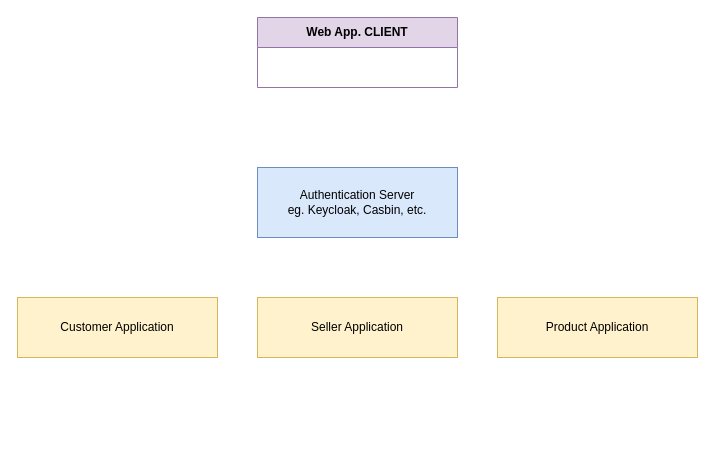
Above: MarketplaceApplication.drawio in AlibekAltynbek/draw.io (draw.io), before the change. Source tidied: cells renumbered, new cells numbered last; positions are measured from the earlier drawing's top-left corner, leaving out a move shared by most shapes. Both pictures are drawn from the tidied source at 100%, with x=0, y=0 at pixel (17, 17).
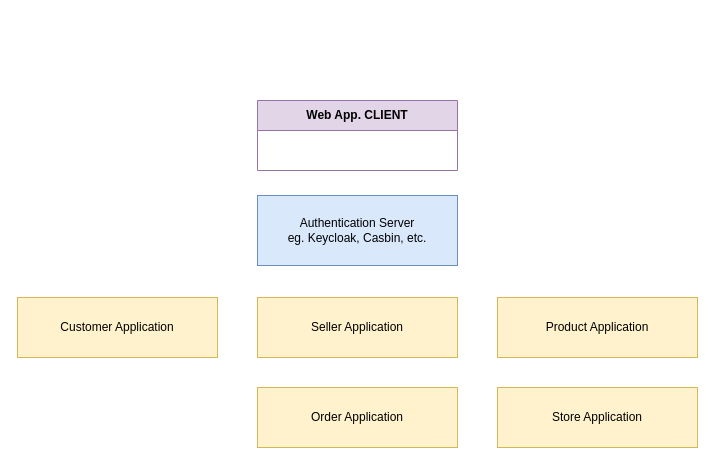
After the change.

The edit, as a diff of the source:
```diff
@@
 <mxGraphModel>
   <root>
     <mxCell id="0" />
     <mxCell id="1" parent="0" />
     <mxCell id="2" value="Web App. CLIENT" style="swimlane;whiteSpace=wrap;html=1;startSize=30;fillColor=#e1d5e7;strokeColor=#9673a6;" parent="1" vertex="1">
-      <mxGeometry x="240" width="200" height="70" as="geometry" />
+      <mxGeometry x="240" y="83" width="200" height="70" as="geometry" />
     </mxCell>
     <mxCell id="3" value="Authentication Server&lt;br&gt;eg. Keycloak, Casbin, etc." style="rounded=0;whiteSpace=wrap;html=1;fillColor=#dae8fc;strokeColor=#6c8ebf;" parent="1" vertex="1">
-      <mxGeometry x="240" y="150" width="200" height="70" as="geometry" />
+      <mxGeometry x="240" y="178" width="200" height="70" as="geometry" />
     </mxCell>
     <mxCell id="4" value="Customer Application" style="rounded=0;whiteSpace=wrap;html=1;fillColor=#fff2cc;strokeColor=#d6b656;" parent="1" vertex="1">
       <mxGeometry y="280" width="200" height="60" as="geometry" />
     </mxCell>
     <mxCell id="5" value="Seller Application" style="rounded=0;whiteSpace=wrap;html=1;fillColor=#fff2cc;strokeColor=#d6b656;" parent="1" vertex="1">
       <mxGeometry x="240" y="280" width="200" height="60" as="geometry" />
     </mxCell>
     <mxCell id="6" value="Product Application" style="rounded=0;whiteSpace=wrap;html=1;fillColor=#fff2cc;strokeColor=#d6b656;" parent="1" vertex="1">
       <mxGeometry x="480" y="280" width="200" height="60" as="geometry" />
     </mxCell>
+    <mxCell id="7" value="&lt;div&gt;Order Application&lt;/div&gt;" style="rounded=0;whiteSpace=wrap;html=1;fillColor=#fff2cc;strokeColor=#d6b656;" parent="1" vertex="1">
+      <mxGeometry x="240" y="370" width="200" height="60" as="geometry" />
+    </mxCell>
+    <mxCell id="8" value="Store Application" style="rounded=0;whiteSpace=wrap;html=1;fillColor=#fff2cc;strokeColor=#d6b656;" parent="1" vertex="1">
+      <mxGeometry x="480" y="370" width="200" height="60" as="geometry" />
+    </mxCell>
   </root>
 </mxGraphModel>
```
